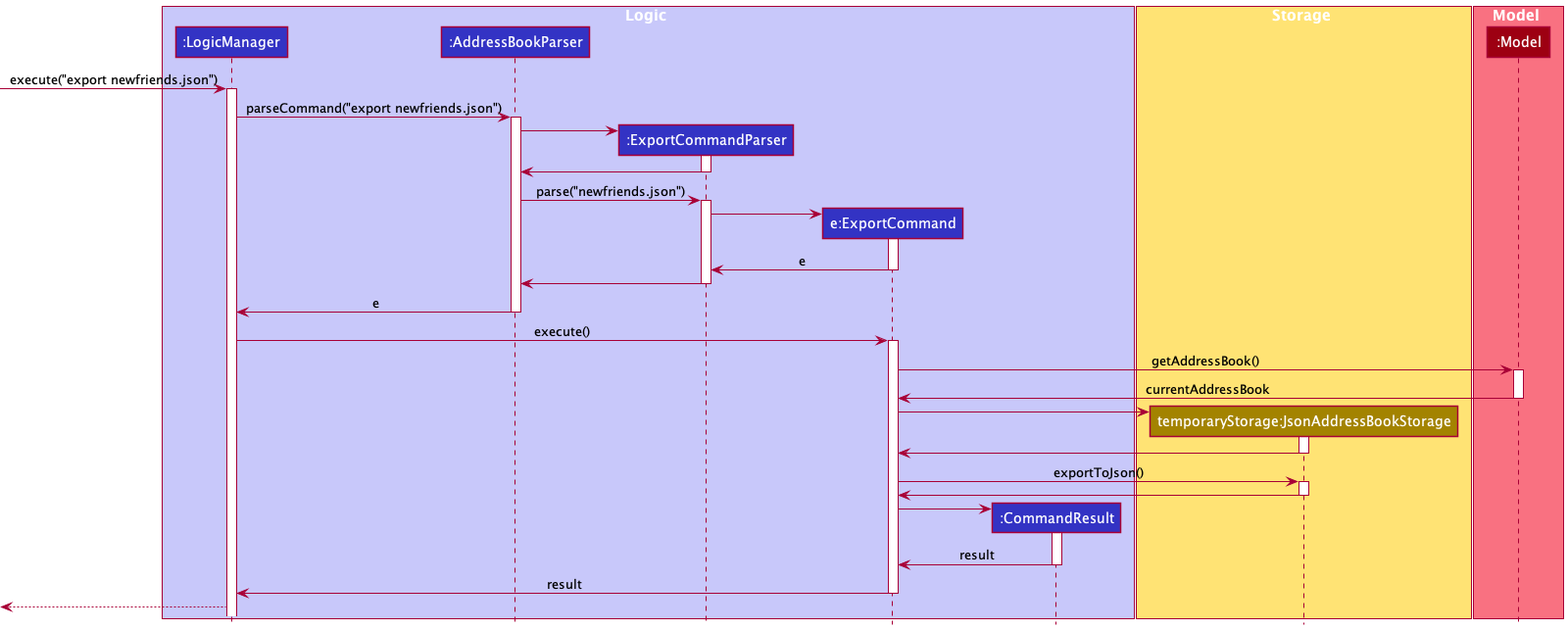
Before: docs/images/ExportSequenceDiagram.png, a diagram exported from PlantUML (nus-cs2103-AY2122S1/tp).
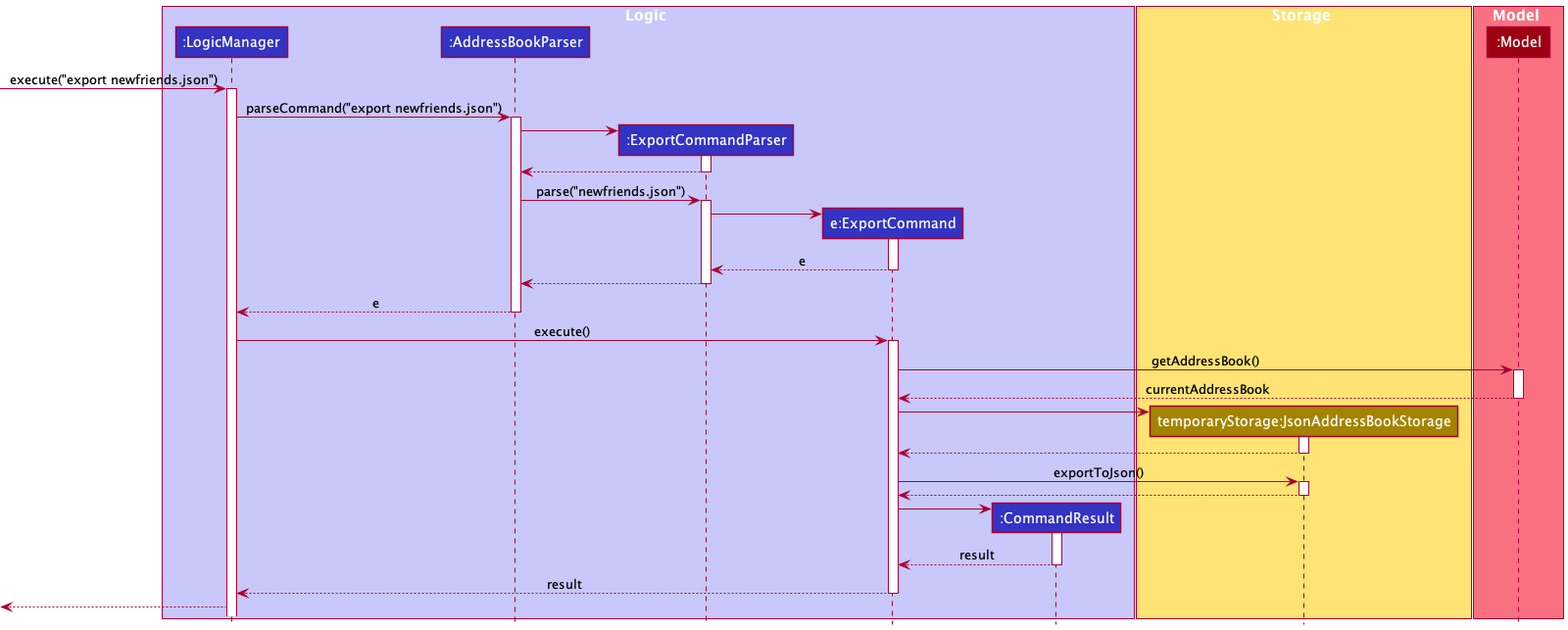
After the change.

Diff of the diagram source:
```diff
@@ -27,7 +27,7 @@
 AddressBookParser -> ExportCommandParser
 activate ExportCommandParser
 
-ExportCommandParser -> AddressBookParser
+ExportCommandParser --> AddressBookParser
 deactivate ExportCommandParser
 
 AddressBookParser -> ExportCommandParser : parse("newfriends.json")
@@ -37,13 +37,13 @@
 ExportCommandParser -> ExportCommand
 activate ExportCommand
 
-ExportCommand -> ExportCommandParser : e
+ExportCommand --> ExportCommandParser : e
 deactivate ExportCommand
 
-ExportCommandParser -> AddressBookParser
+ExportCommandParser --> AddressBookParser
 deactivate ExportCommandParser
 
-AddressBookParser -> LogicManager : e
+AddressBookParser --> LogicManager : e
 deactivate AddressBookParser
 
 LogicManager -> ExportCommand : execute()
@@ -52,30 +52,30 @@
 ExportCommand -> Model : getAddressBook()
 activate Model
 
-Model -> ExportCommand : currentAddressBook
+Model --> ExportCommand : currentAddressBook
 deactivate Model
 
 create JsonAddressBookStorage
 ExportCommand -> JsonAddressBookStorage
 activate JsonAddressBookStorage
 
-JsonAddressBookStorage -> ExportCommand
+JsonAddressBookStorage --> ExportCommand
 deactivate JsonAddressBookStorage
 
 ExportCommand -> JsonAddressBookStorage : exportToJson()
 activate JsonAddressBookStorage
 
-JsonAddressBookStorage -> ExportCommand
+JsonAddressBookStorage --> ExportCommand
 deactivate JsonAddressBookStorage
 
 create CommandResult
 ExportCommand -> CommandResult
 activate CommandResult
 
-CommandResult -> ExportCommand : result
+CommandResult --> ExportCommand : result
 deactivate CommandResult
 
-ExportCommand -> LogicManager : result
+ExportCommand --> LogicManager : result
 deactivate ExportCommand
 
 [<--LogicManager
```
